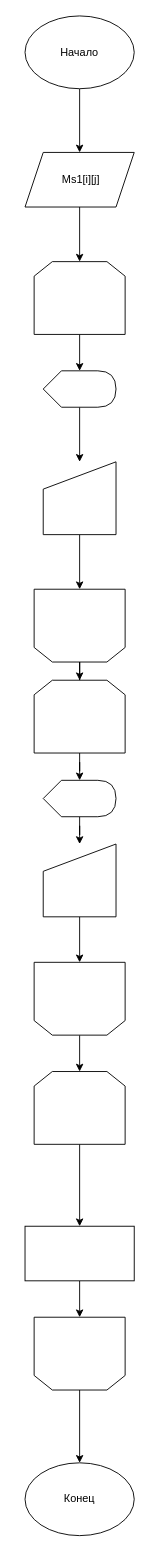
The draw.io diagram Untitled Diagram.drawio in Goncharovshadowcomovich/princip, before the edit. Source tidied: cells renumbered, new cells numbered last; positions are measured from the earlier drawing's top-left corner, leaving out a move shared by most shapes. Both pictures are drawn from the tidied source at 91%, with x=0, y=0 at pixel (25, 15).
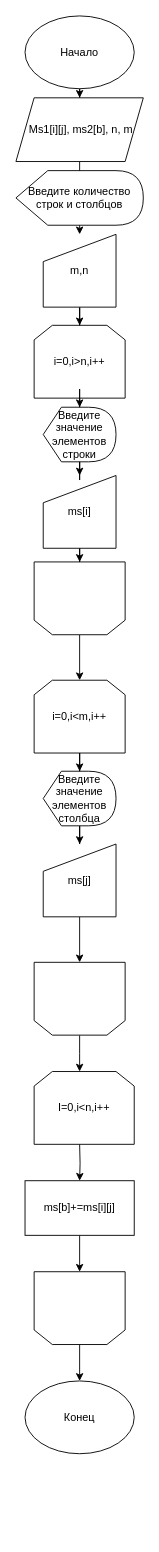
After the change.

The change refers to these unchanged cells:
```xml
<mxCell id="19" style="shape=loopLimit;whiteSpace=wrap;html=1;direction=west;" parent="1" vertex="1">
  <mxGeometry x="10" y="1040" width="100" height="80" as="geometry" />
</mxCell>
```

What changed in the source:
```diff
@@
+    <mxCell id="7" value="i=0,i&amp;gt;n,i++" style="shape=loopLimit;whiteSpace=wrap;html=1;" parent="1" vertex="1">
+      <mxGeometry x="10" y="340" width="100" height="80" as="geometry" />
+    </mxCell>
@@
-    <mxCell id="4" style="edgeStyle=orthogonalEdgeStyle;rounded=0;jettySize=auto;html=1;" parent="1" edge="1" source="5" target="7">
+    <mxCell id="4" style="edgeStyle=orthogonalEdgeStyle;rounded=0;jettySize=auto;html=1;" parent="1" edge="1" source="30" target="7">
       <mxGeometry relative="1" as="geometry" />
     </mxCell>
-    <mxCell id="5" value="&amp;nbsp;Ms1[i][j]" style="shape=parallelogram;perimeter=parallelogramPerimeter;whiteSpace=wrap;html=1;fixedSize=1;" parent="1" vertex="1">
-      <mxGeometry y="150" width="120" height="60" as="geometry" />
+    <mxCell id="5" value="&amp;nbsp;Ms1[i][j], ms2[b], n, m" style="shape=parallelogram;perimeter=parallelogramPerimeter;whiteSpace=wrap;html=1;fixedSize=1;" parent="1" vertex="1">
+      <mxGeometry x="-10" y="90" width="140" height="70" as="geometry" />
     </mxCell>
@@
-    <mxCell id="7" style="shape=loopLimit;whiteSpace=wrap;html=1;" parent="1" vertex="1">
-      <mxGeometry x="10" y="270" width="100" height="80" as="geometry" />
-    </mxCell>
@@
-    <mxCell id="9" style="shape=display;whiteSpace=wrap;html=1;" parent="1" vertex="1">
-      <mxGeometry x="20" y="390" width="80" height="40" as="geometry" />
-    </mxCell>
@@
-    <mxCell id="11" style="shape=manualInput;whiteSpace=wrap;html=1;" parent="1" vertex="1">
-      <mxGeometry x="20" y="490" width="80" height="80" as="geometry" />
+    <mxCell id="11" value="ms[i]" style="shape=manualInput;whiteSpace=wrap;html=1;" parent="1" vertex="1">
+      <mxGeometry x="20" y="505" width="80" height="80" as="geometry" />
     </mxCell>
@@
     <mxCell id="13" style="shape=loopLimit;whiteSpace=wrap;html=1;direction=west;" parent="1" vertex="1">
-      <mxGeometry x="10" y="630" width="100" height="80" as="geometry" />
+      <mxGeometry x="10" y="600" width="100" height="80" as="geometry" />
     </mxCell>
@@
-    <mxCell id="15" style="shape=loopLimit;whiteSpace=wrap;html=1;direction=east;" parent="1" vertex="1">
+    <mxCell id="15" value="i=0,i&amp;lt;m,i++" style="shape=loopLimit;whiteSpace=wrap;html=1;direction=east;" parent="1" vertex="1">
       <mxGeometry x="10" y="730" width="100" height="80" as="geometry" />
     </mxCell>
@@
-    <mxCell id="17" style="shape=manualInput;whiteSpace=wrap;html=1;" parent="1" vertex="1">
+    <mxCell id="17" value="ms[j]" style="shape=manualInput;whiteSpace=wrap;html=1;" parent="1" vertex="1">
       <mxGeometry x="20" y="910" width="80" height="80" as="geometry" />
     </mxCell>
-    <mxCell id="18" style="edgeStyle=orthogonalEdgeStyle;rounded=0;jettySize=auto;html=1;" parent="1" edge="1" source="19" target="23">
-      <mxGeometry relative="1" as="geometry" />
+    <mxCell id="18" style="edgeStyle=orthogonalEdgeStyle;rounded=0;jettySize=auto;html=1;" parent="1" edge="1" source="19">
+      <mxGeometry relative="1" as="geometry">
+        <mxPoint x="60" y="1160" as="targetPoint" />
+      </mxGeometry>
     </mxCell>
@@
-    <mxCell id="20" style="shape=display;whiteSpace=wrap;html=1;" parent="1" vertex="1">
-      <mxGeometry x="20" y="840" width="80" height="40" as="geometry" />
+    <mxCell id="20" value="Введите значение элементов столбца" style="shape=display;whiteSpace=wrap;html=1;" parent="1" vertex="1">
+      <mxGeometry x="20" y="830" width="80" height="60" as="geometry" />
     </mxCell>
@@
-    <mxCell id="22" style="edgeStyle=orthogonalEdgeStyle;rounded=0;jettySize=auto;html=1;" parent="1" edge="1" source="23" target="25">
-      <mxGeometry relative="1" as="geometry" />
+    <mxCell id="22" style="edgeStyle=orthogonalEdgeStyle;rounded=0;jettySize=auto;html=1;" parent="1" edge="1" target="25">
+      <mxGeometry relative="1" as="geometry">
+        <mxPoint x="60" y="1240" as="sourcePoint" />
+      </mxGeometry>
     </mxCell>
-    <mxCell id="23" style="shape=loopLimit;whiteSpace=wrap;html=1;direction=east;" parent="1" vertex="1">
-      <mxGeometry x="10" y="1160" width="100" height="80" as="geometry" />
-    </mxCell>
@@
-    <mxCell id="25" style="whiteSpace=wrap;html=1;" parent="1" vertex="1">
-      <mxGeometry y="1330" width="120" height="60" as="geometry" />
+    <mxCell id="25" value="ms[b]+=ms[i][j]" style="whiteSpace=wrap;html=1;" parent="1" vertex="1">
+      <mxGeometry y="1280" width="120" height="60" as="geometry" />
     </mxCell>
@@
     <mxCell id="27" style="shape=loopLimit;whiteSpace=wrap;html=1;direction=west;" parent="1" vertex="1">
-      <mxGeometry x="10" y="1430" width="100" height="80" as="geometry" />
+      <mxGeometry x="10" y="1380" width="100" height="80" as="geometry" />
     </mxCell>
     <mxCell id="28" value="Конец" style="ellipse;whiteSpace=wrap;html=1;" parent="1" vertex="1">
-      <mxGeometry y="1590" width="120" height="80" as="geometry" />
+      <mxGeometry y="1500" width="120" height="80" as="geometry" />
     </mxCell>
+    <mxCell id="9" value="Введите значение элементов строки" style="shape=display;whiteSpace=wrap;html=1;" parent="1" vertex="1">
+      <mxGeometry x="20" y="430" width="80" height="60" as="geometry" />
+    </mxCell>
+    <mxCell id="29" value="I=0,i&amp;lt;n,i++" style="shape=loopLimit;whiteSpace=wrap;html=1;direction=east;" parent="1" vertex="1">
+      <mxGeometry x="10" y="1160" width="110" height="80" as="geometry" />
+    </mxCell>
+    <mxCell id="30" value="m,n" style="shape=manualInput;whiteSpace=wrap;html=1;" parent="1" vertex="1">
+      <mxGeometry x="20" y="240" width="80" height="80" as="geometry" />
+    </mxCell>
+    <mxCell id="31" style="edgeStyle=orthogonalEdgeStyle;rounded=0;jettySize=auto;html=1;" parent="1" edge="1" source="5" target="30">
+      <mxGeometry relative="1" as="geometry" />
+    </mxCell>
+    <mxCell id="32" value="Введите количество строк и столбцов" style="shape=display;whiteSpace=wrap;html=1;" parent="1" vertex="1">
+      <mxGeometry x="-10" y="170" width="140" height="60" as="geometry" />
+    </mxCell>
```
